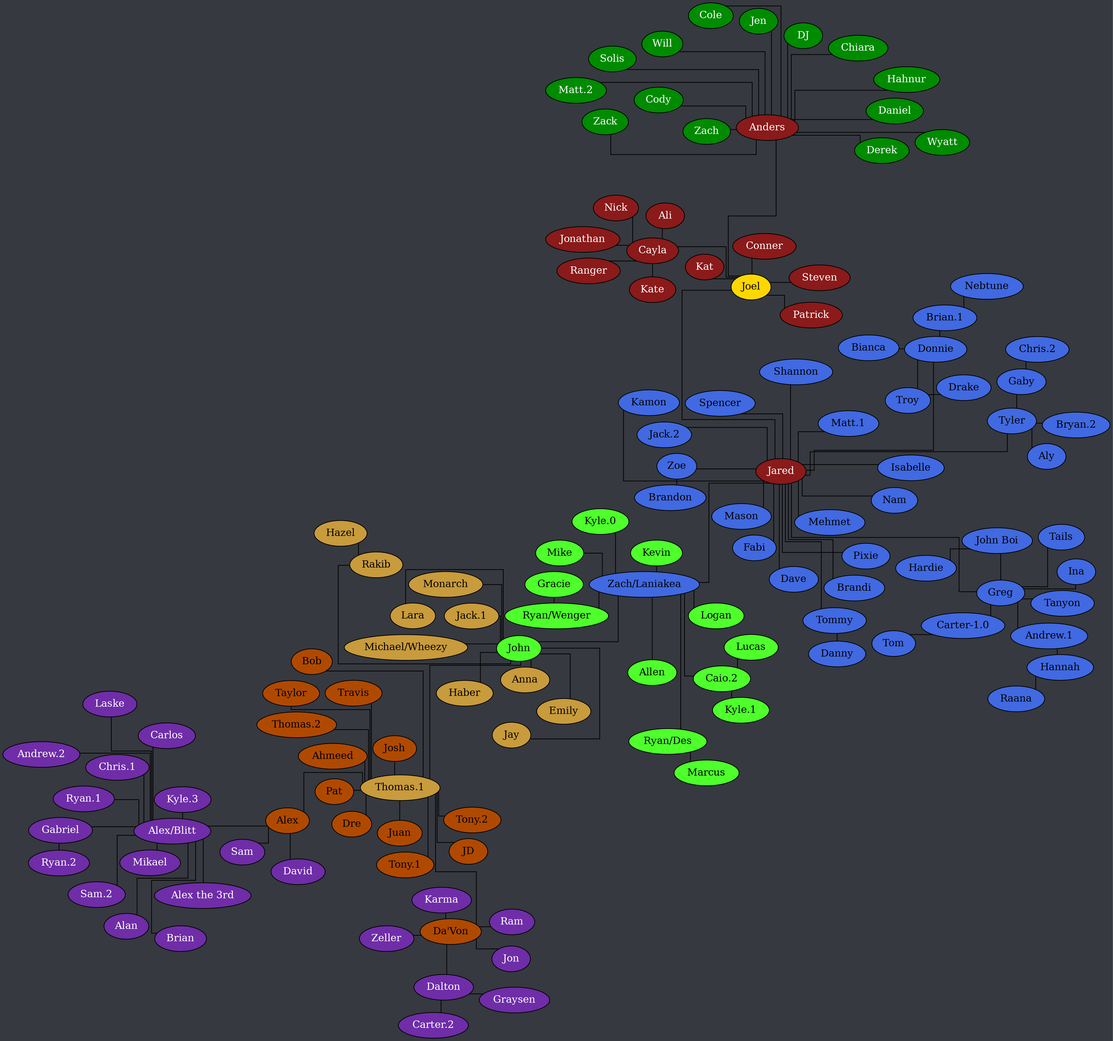
This is tree.png from Documidas/CoronaCatzFamilyTree, a Graphviz export, as it was before one commit. Its source is kept beside it as tree.dot.
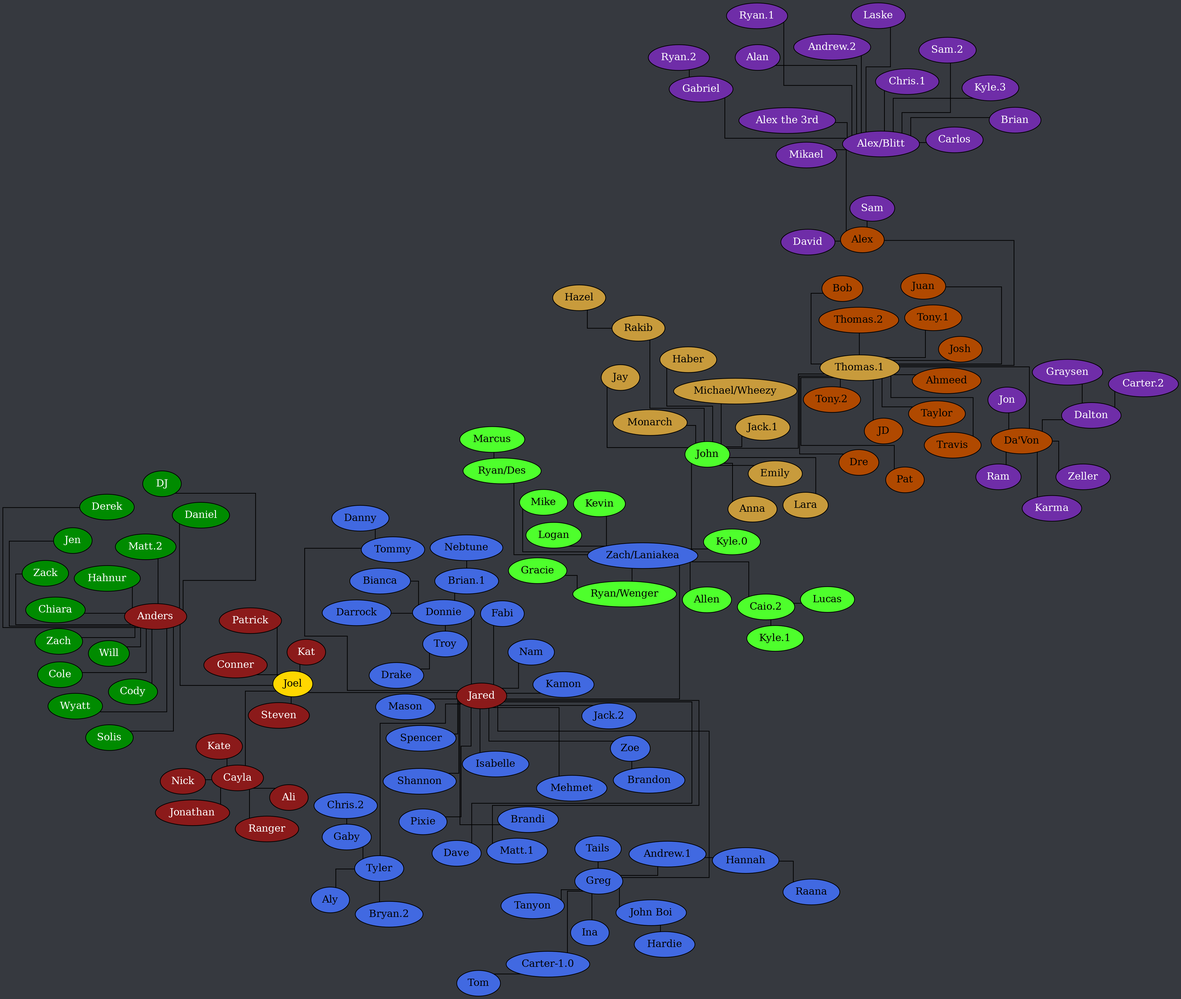
After the commit.

What changed in the source:
```diff
@@ -56,6 +56,7 @@
 		"Carter-1.0" -- Tom;
 		Donnie -- Bianca;
 		Donnie -- "Brian.1";
+		Donnie -- Darrock;
 		Donnie -- Troy;
 		Gaby -- "Chris.2";
 		Greg -- "Andrew.1";
```
